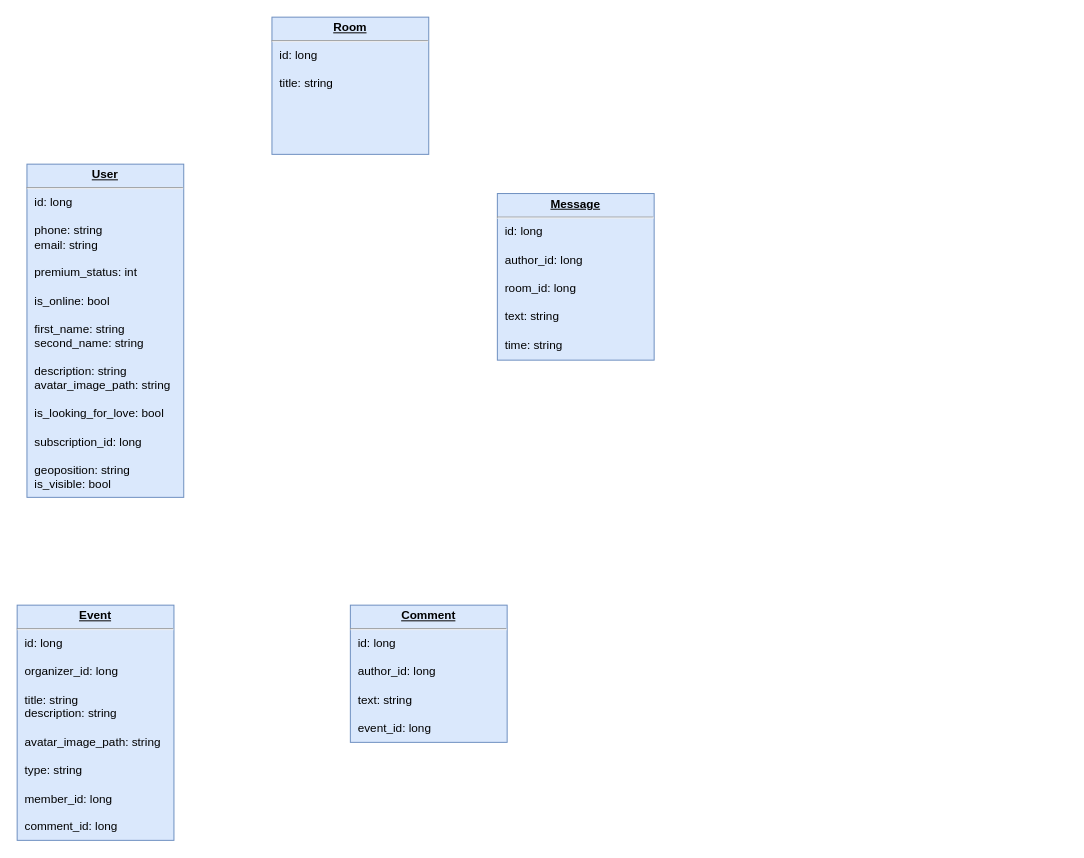
DmitryGalich/offline_project keeps this draw.io diagram as docs/db_scheme.drawio. Above is the earlier version. Source tidied: cells renumbered, new cells numbered last; positions are measured from the earlier drawing's top-left corner, leaving out a move shared by most shapes. Both pictures are drawn from the tidied source at 98%, with x=0, y=0 at pixel (17, 17).
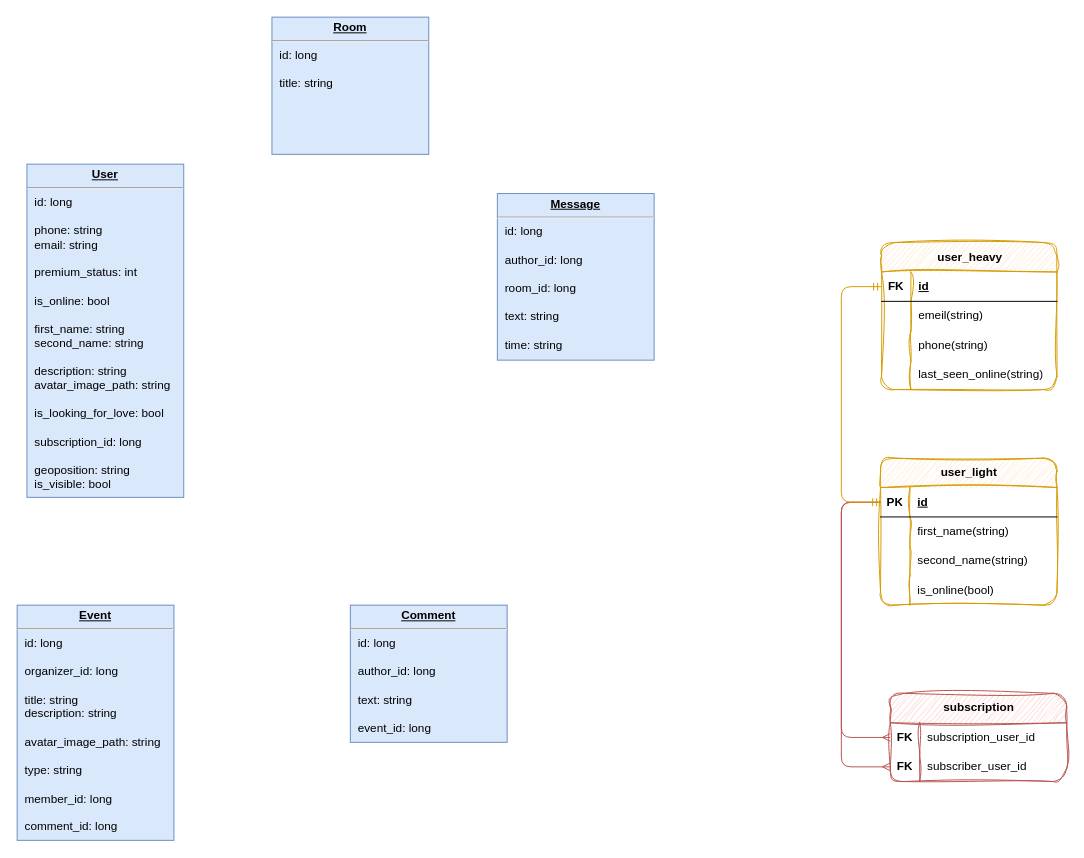
The same diagram, later.

Diff of the diagram source:
```diff
@@
-    <mxCell id="2" value="&lt;p style=&quot;margin: 0px ; margin-top: 4px ; text-align: center ; text-decoration: underline&quot;&gt;&lt;b&gt;User&lt;/b&gt;&lt;/p&gt;&lt;hr&gt;&lt;p style=&quot;margin: 0px ; margin-left: 8px&quot;&gt;id: long&lt;/p&gt;&lt;p style=&quot;margin: 0px ; margin-left: 8px&quot;&gt;&lt;br&gt;&lt;/p&gt;&lt;p style=&quot;margin: 0px ; margin-left: 8px&quot;&gt;phone: string&lt;/p&gt;&lt;p style=&quot;margin: 0px ; margin-left: 8px&quot;&gt;email: string&lt;/p&gt;&lt;p style=&quot;margin: 0px ; margin-left: 8px&quot;&gt;&lt;br&gt;&lt;/p&gt;&lt;p style=&quot;margin: 0px ; margin-left: 8px&quot;&gt;premium_status: int&lt;br&gt;&lt;/p&gt;&lt;p style=&quot;margin: 0px ; margin-left: 8px&quot;&gt;&lt;br&gt;&lt;/p&gt;&lt;p style=&quot;margin: 0px ; margin-left: 8px&quot;&gt;is_online: bool&lt;br&gt;&lt;/p&gt;&lt;p style=&quot;margin: 0px ; margin-left: 8px&quot;&gt;&lt;br&gt;&lt;/p&gt;&lt;p style=&quot;margin: 0px 0px 0px 8px&quot;&gt;first_name: string&lt;/p&gt;&lt;p style=&quot;margin: 0px 0px 0px 8px&quot;&gt;second_name: string&lt;/p&gt;&lt;p style=&quot;margin: 0px ; margin-left: 8px&quot;&gt;&lt;br&gt;&lt;/p&gt;&lt;p style=&quot;margin: 0px ; margin-left: 8px&quot;&gt;description: string&lt;/p&gt;&lt;p style=&quot;margin: 0px ; margin-left: 8px&quot;&gt;&lt;span&gt;avatar_image_path: string&lt;/span&gt;&lt;br&gt;&lt;/p&gt;&lt;p style=&quot;margin: 0px ; margin-left: 8px&quot;&gt;&lt;span&gt;&lt;br&gt;&lt;/span&gt;&lt;/p&gt;&lt;p style=&quot;margin: 0px 0px 0px 8px&quot;&gt;is_looking_for_love: bool&lt;/p&gt;&lt;p style=&quot;margin: 0px 0px 0px 8px&quot;&gt;&lt;br&gt;&lt;/p&gt;&lt;p style=&quot;margin: 0px ; margin-left: 8px&quot;&gt;subscription_id: long&lt;/p&gt;&lt;p style=&quot;margin: 0px ; margin-left: 8px&quot;&gt;&lt;br&gt;&lt;/p&gt;&lt;p style=&quot;margin: 0px ; margin-left: 8px&quot;&gt;geoposition: string&lt;/p&gt;&lt;p style=&quot;margin: 0px ; margin-left: 8px&quot;&gt;is_visible: bool&lt;/p&gt;" style="verticalAlign=top;align=left;overflow=fill;fontSize=12;fontFamily=Helvetica;html=1;fillColor=#dae8fc;strokeColor=#6c8ebf;" parent="1" vertex="1">
+    <mxCell id="2" value="&lt;p style=&quot;margin: 0px ; margin-top: 4px ; text-align: center ; text-decoration: underline&quot;&gt;&lt;b&gt;User&lt;/b&gt;&lt;/p&gt;&lt;hr&gt;&lt;p style=&quot;margin: 0px ; margin-left: 8px&quot;&gt;id: long&lt;/p&gt;&lt;p style=&quot;margin: 0px ; margin-left: 8px&quot;&gt;&lt;br&gt;&lt;/p&gt;&lt;p style=&quot;margin: 0px ; margin-left: 8px&quot;&gt;phone: string&lt;/p&gt;&lt;p style=&quot;margin: 0px ; margin-left: 8px&quot;&gt;email: string&lt;/p&gt;&lt;p style=&quot;margin: 0px ; margin-left: 8px&quot;&gt;&lt;br&gt;&lt;/p&gt;&lt;p style=&quot;margin: 0px ; margin-left: 8px&quot;&gt;premium_status: int&lt;br&gt;&lt;/p&gt;&lt;p style=&quot;margin: 0px ; margin-left: 8px&quot;&gt;&lt;br&gt;&lt;/p&gt;&lt;p style=&quot;margin: 0px ; margin-left: 8px&quot;&gt;is_online: bool&lt;br&gt;&lt;/p&gt;&lt;p style=&quot;margin: 0px ; margin-left: 8px&quot;&gt;&lt;br&gt;&lt;/p&gt;&lt;p style=&quot;margin: 0px 0px 0px 8px&quot;&gt;first_name: string&lt;/p&gt;&lt;p style=&quot;margin: 0px 0px 0px 8px&quot;&gt;second_name: string&lt;/p&gt;&lt;p style=&quot;margin: 0px ; margin-left: 8px&quot;&gt;&lt;br&gt;&lt;/p&gt;&lt;p style=&quot;margin: 0px ; margin-left: 8px&quot;&gt;description: string&lt;/p&gt;&lt;p style=&quot;margin: 0px ; margin-left: 8px&quot;&gt;&lt;span&gt;avatar_image_path: string&lt;/span&gt;&lt;br&gt;&lt;/p&gt;&lt;p style=&quot;margin: 0px ; margin-left: 8px&quot;&gt;&lt;span&gt;&lt;br&gt;&lt;/span&gt;&lt;/p&gt;&lt;p style=&quot;margin: 0px 0px 0px 8px&quot;&gt;is_looking_for_love: bool&lt;/p&gt;&lt;p style=&quot;margin: 0px 0px 0px 8px&quot;&gt;&lt;br&gt;&lt;/p&gt;&lt;p style=&quot;margin: 0px ; margin-left: 8px&quot;&gt;subscription_id: long&lt;/p&gt;&lt;p style=&quot;margin: 0px ; margin-left: 8px&quot;&gt;&lt;br&gt;&lt;/p&gt;&lt;p style=&quot;margin: 0px ; margin-left: 8px&quot;&gt;geoposition: string&lt;/p&gt;&lt;p style=&quot;margin: 0px ; margin-left: 8px&quot;&gt;is_visible: bool&lt;/p&gt;" style="verticalAlign=top;align=left;overflow=fill;fontSize=12;fontFamily=Helvetica;html=1;fillColor=#dae8fc;strokeColor=#6c8ebf;fontColor=#000000;" parent="1" vertex="1">
       <mxGeometry x="10" y="150" width="160" height="340" as="geometry" />
     </mxCell>
-    <mxCell id="3" value="&lt;p style=&quot;margin: 0px ; margin-top: 4px ; text-align: center ; text-decoration: underline&quot;&gt;&lt;b&gt;Event&lt;/b&gt;&lt;/p&gt;&lt;hr&gt;&lt;p style=&quot;margin: 0px ; margin-left: 8px&quot;&gt;id: long&lt;/p&gt;&lt;p style=&quot;margin: 0px ; margin-left: 8px&quot;&gt;&lt;br&gt;&lt;/p&gt;&lt;p style=&quot;margin: 0px ; margin-left: 8px&quot;&gt;organizer_id: long&lt;/p&gt;&lt;p style=&quot;margin: 0px ; margin-left: 8px&quot;&gt;&lt;br&gt;&lt;/p&gt;&lt;p style=&quot;margin: 0px 0px 0px 8px&quot;&gt;title: string&lt;/p&gt;&lt;p style=&quot;margin: 0px ; margin-left: 8px&quot;&gt;description: string&lt;/p&gt;&lt;p style=&quot;margin: 0px ; margin-left: 8px&quot;&gt;&lt;br&gt;&lt;/p&gt;&lt;p style=&quot;margin: 0px ; margin-left: 8px&quot;&gt;&lt;span&gt;avatar_image_path: string&lt;/span&gt;&lt;br&gt;&lt;/p&gt;&lt;p style=&quot;margin: 0px ; margin-left: 8px&quot;&gt;&lt;span&gt;&lt;br&gt;&lt;/span&gt;&lt;/p&gt;&lt;p style=&quot;margin: 0px ; margin-left: 8px&quot;&gt;type: string&lt;/p&gt;&lt;p style=&quot;margin: 0px ; margin-left: 8px&quot;&gt;&lt;br&gt;&lt;/p&gt;&lt;p style=&quot;margin: 0px ; margin-left: 8px&quot;&gt;member_id: long&lt;/p&gt;&lt;p style=&quot;margin: 0px ; margin-left: 8px&quot;&gt;&lt;br&gt;&lt;/p&gt;&lt;p style=&quot;margin: 0px ; margin-left: 8px&quot;&gt;comment_id: long&lt;/p&gt;&lt;p style=&quot;margin: 0px ; margin-left: 8px&quot;&gt;&lt;br&gt;&lt;/p&gt;" style="verticalAlign=top;align=left;overflow=fill;fontSize=12;fontFamily=Helvetica;html=1;fillColor=#dae8fc;strokeColor=#6c8ebf;" parent="1" vertex="1">
+    <mxCell id="3" value="&lt;p style=&quot;margin: 0px ; margin-top: 4px ; text-align: center ; text-decoration: underline&quot;&gt;&lt;b&gt;Event&lt;/b&gt;&lt;/p&gt;&lt;hr&gt;&lt;p style=&quot;margin: 0px ; margin-left: 8px&quot;&gt;id: long&lt;/p&gt;&lt;p style=&quot;margin: 0px ; margin-left: 8px&quot;&gt;&lt;br&gt;&lt;/p&gt;&lt;p style=&quot;margin: 0px ; margin-left: 8px&quot;&gt;organizer_id: long&lt;/p&gt;&lt;p style=&quot;margin: 0px ; margin-left: 8px&quot;&gt;&lt;br&gt;&lt;/p&gt;&lt;p style=&quot;margin: 0px 0px 0px 8px&quot;&gt;title: string&lt;/p&gt;&lt;p style=&quot;margin: 0px ; margin-left: 8px&quot;&gt;description: string&lt;/p&gt;&lt;p style=&quot;margin: 0px ; margin-left: 8px&quot;&gt;&lt;br&gt;&lt;/p&gt;&lt;p style=&quot;margin: 0px ; margin-left: 8px&quot;&gt;&lt;span&gt;avatar_image_path: string&lt;/span&gt;&lt;br&gt;&lt;/p&gt;&lt;p style=&quot;margin: 0px ; margin-left: 8px&quot;&gt;&lt;span&gt;&lt;br&gt;&lt;/span&gt;&lt;/p&gt;&lt;p style=&quot;margin: 0px ; margin-left: 8px&quot;&gt;type: string&lt;/p&gt;&lt;p style=&quot;margin: 0px ; margin-left: 8px&quot;&gt;&lt;br&gt;&lt;/p&gt;&lt;p style=&quot;margin: 0px ; margin-left: 8px&quot;&gt;member_id: long&lt;/p&gt;&lt;p style=&quot;margin: 0px ; margin-left: 8px&quot;&gt;&lt;br&gt;&lt;/p&gt;&lt;p style=&quot;margin: 0px ; margin-left: 8px&quot;&gt;comment_id: long&lt;/p&gt;&lt;p style=&quot;margin: 0px ; margin-left: 8px&quot;&gt;&lt;br&gt;&lt;/p&gt;" style="verticalAlign=top;align=left;overflow=fill;fontSize=12;fontFamily=Helvetica;html=1;fillColor=#dae8fc;strokeColor=#6c8ebf;fontColor=#000000;" parent="1" vertex="1">
       <mxGeometry y="600" width="160" height="240" as="geometry" />
     </mxCell>
-    <mxCell id="4" value="&lt;p style=&quot;margin: 0px ; margin-top: 4px ; text-align: center ; text-decoration: underline&quot;&gt;&lt;b&gt;Comment&lt;/b&gt;&lt;/p&gt;&lt;hr&gt;&lt;p style=&quot;margin: 0px ; margin-left: 8px&quot;&gt;id: long&lt;/p&gt;&lt;p style=&quot;margin: 0px ; margin-left: 8px&quot;&gt;&lt;br&gt;&lt;/p&gt;&lt;p style=&quot;margin: 0px ; margin-left: 8px&quot;&gt;author_id: long&lt;/p&gt;&lt;p style=&quot;margin: 0px ; margin-left: 8px&quot;&gt;&lt;br&gt;&lt;/p&gt;&lt;p style=&quot;margin: 0px 0px 0px 8px&quot;&gt;text: string&lt;/p&gt;&lt;p style=&quot;margin: 0px 0px 0px 8px&quot;&gt;&lt;br&gt;&lt;/p&gt;&lt;p style=&quot;margin: 0px ; margin-left: 8px&quot;&gt;event_id: long&lt;/p&gt;" style="verticalAlign=top;align=left;overflow=fill;fontSize=12;fontFamily=Helvetica;html=1;fillColor=#dae8fc;strokeColor=#6c8ebf;" parent="1" vertex="1">
+    <mxCell id="4" value="&lt;p style=&quot;margin: 0px ; margin-top: 4px ; text-align: center ; text-decoration: underline&quot;&gt;&lt;b&gt;Comment&lt;/b&gt;&lt;/p&gt;&lt;hr&gt;&lt;p style=&quot;margin: 0px ; margin-left: 8px&quot;&gt;id: long&lt;/p&gt;&lt;p style=&quot;margin: 0px ; margin-left: 8px&quot;&gt;&lt;br&gt;&lt;/p&gt;&lt;p style=&quot;margin: 0px ; margin-left: 8px&quot;&gt;author_id: long&lt;/p&gt;&lt;p style=&quot;margin: 0px ; margin-left: 8px&quot;&gt;&lt;br&gt;&lt;/p&gt;&lt;p style=&quot;margin: 0px 0px 0px 8px&quot;&gt;text: string&lt;/p&gt;&lt;p style=&quot;margin: 0px 0px 0px 8px&quot;&gt;&lt;br&gt;&lt;/p&gt;&lt;p style=&quot;margin: 0px ; margin-left: 8px&quot;&gt;event_id: long&lt;/p&gt;" style="verticalAlign=top;align=left;overflow=fill;fontSize=12;fontFamily=Helvetica;html=1;fillColor=#dae8fc;strokeColor=#6c8ebf;fontColor=#000000;" parent="1" vertex="1">
       <mxGeometry x="340" y="600" width="160" height="140" as="geometry" />
     </mxCell>
-    <mxCell id="5" value="&lt;p style=&quot;margin: 0px ; margin-top: 4px ; text-align: center ; text-decoration: underline&quot;&gt;&lt;b&gt;Message&lt;/b&gt;&lt;/p&gt;&lt;hr&gt;&lt;p style=&quot;margin: 0px ; margin-left: 8px&quot;&gt;id: long&lt;/p&gt;&lt;p style=&quot;margin: 0px ; margin-left: 8px&quot;&gt;&lt;br&gt;&lt;/p&gt;&lt;p style=&quot;margin: 0px ; margin-left: 8px&quot;&gt;author_id: long&lt;/p&gt;&lt;p style=&quot;margin: 0px ; margin-left: 8px&quot;&gt;&lt;br&gt;&lt;/p&gt;&lt;p style=&quot;margin: 0px ; margin-left: 8px&quot;&gt;room_id: long&lt;/p&gt;&lt;p style=&quot;margin: 0px ; margin-left: 8px&quot;&gt;&lt;br&gt;&lt;/p&gt;&lt;p style=&quot;margin: 0px 0px 0px 8px&quot;&gt;text: string&lt;/p&gt;&lt;p style=&quot;margin: 0px 0px 0px 8px&quot;&gt;&lt;br&gt;&lt;/p&gt;&lt;p style=&quot;margin: 0px 0px 0px 8px&quot;&gt;time: string&lt;/p&gt;&lt;p style=&quot;margin: 0px 0px 0px 8px&quot;&gt;&lt;br&gt;&lt;/p&gt;" style="verticalAlign=top;align=left;overflow=fill;fontSize=12;fontFamily=Helvetica;html=1;fillColor=#dae8fc;strokeColor=#6c8ebf;" parent="1" vertex="1">
+    <mxCell id="5" value="&lt;p style=&quot;margin: 0px ; margin-top: 4px ; text-align: center ; text-decoration: underline&quot;&gt;&lt;b&gt;Message&lt;/b&gt;&lt;/p&gt;&lt;hr&gt;&lt;p style=&quot;margin: 0px ; margin-left: 8px&quot;&gt;id: long&lt;/p&gt;&lt;p style=&quot;margin: 0px ; margin-left: 8px&quot;&gt;&lt;br&gt;&lt;/p&gt;&lt;p style=&quot;margin: 0px ; margin-left: 8px&quot;&gt;author_id: long&lt;/p&gt;&lt;p style=&quot;margin: 0px ; margin-left: 8px&quot;&gt;&lt;br&gt;&lt;/p&gt;&lt;p style=&quot;margin: 0px ; margin-left: 8px&quot;&gt;room_id: long&lt;/p&gt;&lt;p style=&quot;margin: 0px ; margin-left: 8px&quot;&gt;&lt;br&gt;&lt;/p&gt;&lt;p style=&quot;margin: 0px 0px 0px 8px&quot;&gt;text: string&lt;/p&gt;&lt;p style=&quot;margin: 0px 0px 0px 8px&quot;&gt;&lt;br&gt;&lt;/p&gt;&lt;p style=&quot;margin: 0px 0px 0px 8px&quot;&gt;time: string&lt;/p&gt;&lt;p style=&quot;margin: 0px 0px 0px 8px&quot;&gt;&lt;br&gt;&lt;/p&gt;" style="verticalAlign=top;align=left;overflow=fill;fontSize=12;fontFamily=Helvetica;html=1;fillColor=#dae8fc;strokeColor=#6c8ebf;fontColor=#000000;" parent="1" vertex="1">
       <mxGeometry x="490" y="180" width="160" height="170" as="geometry" />
     </mxCell>
-    <mxCell id="6" value="&lt;p style=&quot;margin: 0px ; margin-top: 4px ; text-align: center ; text-decoration: underline&quot;&gt;&lt;b&gt;Room&lt;/b&gt;&lt;/p&gt;&lt;hr&gt;&lt;p style=&quot;margin: 0px ; margin-left: 8px&quot;&gt;id: long&lt;/p&gt;&lt;p style=&quot;margin: 0px ; margin-left: 8px&quot;&gt;&lt;br&gt;&lt;/p&gt;&lt;p style=&quot;margin: 0px ; margin-left: 8px&quot;&gt;title: string&lt;/p&gt;&lt;p style=&quot;margin: 0px ; margin-left: 8px&quot;&gt;&lt;br&gt;&lt;/p&gt;&lt;p style=&quot;margin: 0px ; margin-left: 8px&quot;&gt;&lt;br&gt;&lt;/p&gt;" style="verticalAlign=top;align=left;overflow=fill;fontSize=12;fontFamily=Helvetica;html=1;fillColor=#dae8fc;strokeColor=#6c8ebf;" parent="1" vertex="1">
+    <mxCell id="6" value="&lt;p style=&quot;margin: 0px ; margin-top: 4px ; text-align: center ; text-decoration: underline&quot;&gt;&lt;b&gt;Room&lt;/b&gt;&lt;/p&gt;&lt;hr&gt;&lt;p style=&quot;margin: 0px ; margin-left: 8px&quot;&gt;id: long&lt;/p&gt;&lt;p style=&quot;margin: 0px ; margin-left: 8px&quot;&gt;&lt;br&gt;&lt;/p&gt;&lt;p style=&quot;margin: 0px ; margin-left: 8px&quot;&gt;title: string&lt;/p&gt;&lt;p style=&quot;margin: 0px ; margin-left: 8px&quot;&gt;&lt;br&gt;&lt;/p&gt;&lt;p style=&quot;margin: 0px ; margin-left: 8px&quot;&gt;&lt;br&gt;&lt;/p&gt;" style="verticalAlign=top;align=left;overflow=fill;fontSize=12;fontFamily=Helvetica;html=1;fillColor=#dae8fc;strokeColor=#6c8ebf;fontColor=#000000;" parent="1" vertex="1">
       <mxGeometry x="260" width="160" height="140" as="geometry" />
     </mxCell>
+    <mxCell id="7" value="user_light" style="shape=table;startSize=30;childLayout=tableLayout;rowLines=0;fontStyle=1;align=center;html=1;fillColor=#ffe6cc;shadow=0;sketch=1;curveFitting=1;jiggle=2;rounded=1;strokeColor=#d79b00;" parent="1" vertex="1">
+      <mxGeometry x="881" y="450" width="180" height="150" as="geometry" />
+    </mxCell>
+    <mxCell id="8" style="shape=tableRow;horizontal=0;startSize=0;swimlaneHead=0;swimlaneBody=0;fillColor=none;points=[[0,0.5],[1,0.5]];portConstraint=eastwest;top=0;left=0;right=0;bottom=1;" parent="7" vertex="1">
+      <mxGeometry y="30" width="180" height="30" as="geometry" />
+    </mxCell>
+    <mxCell id="9" value="PK" style="shape=partialRectangle;fillColor=none;top=0;left=0;bottom=0;right=0;fontStyle=1;overflow=hidden;whiteSpace=wrap;html=1;" parent="8" vertex="1">
+      <mxGeometry width="30" height="30" as="geometry" />
+    </mxCell>
+    <mxCell id="10" value="id" style="shape=partialRectangle;fillColor=none;top=0;left=0;bottom=0;right=0;align=left;spacingLeft=6;fontStyle=5;overflow=hidden;whiteSpace=wrap;html=1;" parent="8" vertex="1">
+      <mxGeometry x="30" width="150" height="30" as="geometry" />
+    </mxCell>
+    <mxCell id="11" style="shape=tableRow;horizontal=0;startSize=0;swimlaneHead=0;swimlaneBody=0;fillColor=none;top=0;left=0;right=0;bottom=0;" parent="7" vertex="1">
+      <mxGeometry y="60" width="180" height="30" as="geometry" />
+    </mxCell>
+    <mxCell id="12" style="shape=partialRectangle;fillColor=none;top=0;left=0;bottom=0;right=0;overflow=hidden;whiteSpace=wrap;html=1;" parent="11" vertex="1">
+      <mxGeometry width="30" height="30" as="geometry" />
+    </mxCell>
+    <mxCell id="13" value="first_name(string)" style="shape=partialRectangle;fillColor=none;top=0;left=0;bottom=0;right=0;align=left;spacingLeft=6;overflow=hidden;whiteSpace=wrap;html=1;" parent="11" vertex="1">
+      <mxGeometry x="30" width="150" height="30" as="geometry" />
+    </mxCell>
+    <mxCell id="14" style="shape=tableRow;horizontal=0;startSize=0;swimlaneHead=0;swimlaneBody=0;fillColor=none;top=0;left=0;right=0;bottom=0;" parent="7" vertex="1">
+      <mxGeometry y="90" width="180" height="30" as="geometry" />
+    </mxCell>
+    <mxCell id="15" style="shape=partialRectangle;fillColor=none;top=0;left=0;bottom=0;right=0;overflow=hidden;whiteSpace=wrap;html=1;" parent="14" vertex="1">
+      <mxGeometry width="30" height="30" as="geometry" />
+    </mxCell>
+    <mxCell id="16" value="second_name(string)" style="shape=partialRectangle;fillColor=none;top=0;left=0;bottom=0;right=0;align=left;spacingLeft=6;overflow=hidden;whiteSpace=wrap;html=1;" parent="14" vertex="1">
+      <mxGeometry x="30" width="150" height="30" as="geometry" />
+    </mxCell>
+    <mxCell id="17" style="shape=tableRow;horizontal=0;startSize=0;swimlaneHead=0;swimlaneBody=0;fillColor=none;top=0;left=0;right=0;bottom=0;" parent="7" vertex="1">
+      <mxGeometry y="120" width="180" height="30" as="geometry" />
+    </mxCell>
+    <mxCell id="18" style="shape=partialRectangle;fillColor=none;top=0;left=0;bottom=0;right=0;overflow=hidden;whiteSpace=wrap;html=1;" parent="17" vertex="1">
+      <mxGeometry width="30" height="30" as="geometry" />
+    </mxCell>
+    <mxCell id="19" value="is_online(bool)" style="shape=partialRectangle;fillColor=none;top=0;left=0;bottom=0;right=0;align=left;spacingLeft=6;overflow=hidden;whiteSpace=wrap;html=1;" parent="17" vertex="1">
+      <mxGeometry x="30" width="150" height="30" as="geometry" />
+    </mxCell>
+    <mxCell id="20" value="user_heavy" style="shape=table;startSize=30;childLayout=tableLayout;rowLines=0;fontStyle=1;align=center;html=1;fillColor=#ffe6cc;shadow=0;sketch=1;curveFitting=1;jiggle=2;rounded=1;strokeColor=#d79b00;" parent="1" vertex="1">
+      <mxGeometry x="882" y="230" width="179" height="150" as="geometry" />
+    </mxCell>
+    <mxCell id="21" style="shape=tableRow;horizontal=0;startSize=0;swimlaneHead=0;swimlaneBody=0;fillColor=none;points=[[0,0.5],[1,0.5]];portConstraint=eastwest;top=0;left=0;right=0;bottom=1;" parent="20" vertex="1">
+      <mxGeometry y="30" width="179" height="30" as="geometry" />
+    </mxCell>
+    <mxCell id="22" value="FK" style="shape=partialRectangle;fillColor=none;top=0;left=0;bottom=0;right=0;fontStyle=1;overflow=hidden;whiteSpace=wrap;html=1;" parent="21" vertex="1">
+      <mxGeometry width="30" height="30" as="geometry" />
+    </mxCell>
+    <mxCell id="23" value="id" style="shape=partialRectangle;fillColor=none;top=0;left=0;bottom=0;right=0;align=left;spacingLeft=6;fontStyle=5;overflow=hidden;whiteSpace=wrap;html=1;" parent="21" vertex="1">
+      <mxGeometry x="30" width="149" height="30" as="geometry" />
+    </mxCell>
+    <mxCell id="24" style="shape=tableRow;horizontal=0;startSize=0;swimlaneHead=0;swimlaneBody=0;fillColor=none;top=0;left=0;right=0;bottom=0;" parent="20" vertex="1">
+      <mxGeometry y="60" width="179" height="30" as="geometry" />
+    </mxCell>
+    <mxCell id="25" style="shape=partialRectangle;fillColor=none;top=0;left=0;bottom=0;right=0;overflow=hidden;whiteSpace=wrap;html=1;" parent="24" vertex="1">
+      <mxGeometry width="30" height="30" as="geometry" />
+    </mxCell>
+    <mxCell id="26" value="emeil(string)" style="shape=partialRectangle;fillColor=none;top=0;left=0;bottom=0;right=0;align=left;spacingLeft=6;overflow=hidden;whiteSpace=wrap;html=1;" parent="24" vertex="1">
+      <mxGeometry x="30" width="149" height="30" as="geometry" />
+    </mxCell>
+    <mxCell id="27" style="shape=tableRow;horizontal=0;startSize=0;swimlaneHead=0;swimlaneBody=0;fillColor=none;top=0;left=0;right=0;bottom=0;" parent="20" vertex="1">
+      <mxGeometry y="90" width="179" height="30" as="geometry" />
+    </mxCell>
+    <mxCell id="28" style="shape=partialRectangle;fillColor=none;top=0;left=0;bottom=0;right=0;overflow=hidden;whiteSpace=wrap;html=1;" parent="27" vertex="1">
+      <mxGeometry width="30" height="30" as="geometry" />
+    </mxCell>
+    <mxCell id="29" value="phone(string)" style="shape=partialRectangle;fillColor=none;top=0;left=0;bottom=0;right=0;align=left;spacingLeft=6;overflow=hidden;whiteSpace=wrap;html=1;" parent="27" vertex="1">
+      <mxGeometry x="30" width="149" height="30" as="geometry" />
+    </mxCell>
+    <mxCell id="30" style="shape=tableRow;horizontal=0;startSize=0;swimlaneHead=0;swimlaneBody=0;fillColor=none;top=0;left=0;right=0;bottom=0;" parent="20" vertex="1">
+      <mxGeometry y="120" width="179" height="30" as="geometry" />
+    </mxCell>
+    <mxCell id="31" style="shape=partialRectangle;fillColor=none;top=0;left=0;bottom=0;right=0;overflow=hidden;whiteSpace=wrap;html=1;" parent="30" vertex="1">
+      <mxGeometry width="30" height="30" as="geometry" />
+    </mxCell>
+    <mxCell id="32" value="last_seen_online(string)" style="shape=partialRectangle;fillColor=none;top=0;left=0;bottom=0;right=0;align=left;spacingLeft=6;overflow=hidden;whiteSpace=wrap;html=1;" parent="30" vertex="1">
+      <mxGeometry x="30" width="149" height="30" as="geometry" />
+    </mxCell>
+    <mxCell id="33" value="subscription" style="shape=table;startSize=30;childLayout=tableLayout;rowLines=0;fontStyle=1;align=center;html=1;fillColor=#f8cecc;shadow=0;sketch=1;curveFitting=1;jiggle=2;rounded=1;strokeColor=#b85450;" parent="1" vertex="1">
+      <mxGeometry x="891" y="690" width="180" height="90" as="geometry" />
+    </mxCell>
+    <mxCell id="34" style="shape=tableRow;horizontal=0;startSize=0;swimlaneHead=0;swimlaneBody=0;fillColor=none;points=[[0,0.5],[1,0.5]];portConstraint=eastwest;top=0;left=0;right=0;bottom=0;" parent="33" vertex="1">
+      <mxGeometry y="30" width="180" height="30" as="geometry" />
+    </mxCell>
+    <mxCell id="35" value="&lt;b&gt;FK&lt;/b&gt;" style="shape=partialRectangle;fillColor=none;top=0;left=0;bottom=0;right=0;overflow=hidden;whiteSpace=wrap;html=1;" parent="34" vertex="1">
+      <mxGeometry width="30" height="30" as="geometry" />
+    </mxCell>
+    <mxCell id="36" value="subscription_user_id" style="shape=partialRectangle;fillColor=none;top=0;left=0;bottom=0;right=0;align=left;spacingLeft=6;overflow=hidden;whiteSpace=wrap;html=1;" parent="34" vertex="1">
+      <mxGeometry x="30" width="150" height="30" as="geometry" />
+    </mxCell>
+    <mxCell id="37" style="shape=tableRow;horizontal=0;startSize=0;swimlaneHead=0;swimlaneBody=0;fillColor=none;points=[[0,0.5],[1,0.5]];portConstraint=eastwest;top=0;left=0;right=0;bottom=0;" parent="33" vertex="1">
+      <mxGeometry y="60" width="180" height="30" as="geometry" />
+    </mxCell>
+    <mxCell id="38" value="&lt;b&gt;FK&lt;/b&gt;" style="shape=partialRectangle;fillColor=none;top=0;left=0;bottom=0;right=0;overflow=hidden;whiteSpace=wrap;html=1;" parent="37" vertex="1">
+      <mxGeometry width="30" height="30" as="geometry" />
+    </mxCell>
+    <mxCell id="39" value="subscriber_user_id" style="shape=partialRectangle;fillColor=none;top=0;left=0;bottom=0;right=0;align=left;spacingLeft=6;overflow=hidden;whiteSpace=wrap;html=1;" parent="37" vertex="1">
+      <mxGeometry x="30" width="150" height="30" as="geometry" />
+    </mxCell>
+    <mxCell id="40" style="edgeStyle=orthogonalEdgeStyle;jettySize=auto;html=1;startArrow=none;startFill=0;endArrow=ERmany;endFill=0;rounded=1;fillColor=#f8cecc;strokeColor=#b85450;" parent="1" edge="1" source="8" target="34">
+      <mxGeometry relative="1" as="geometry">
+        <Array as="points">
+          <mxPoint x="841" y="495" />
+          <mxPoint x="841" y="735" />
+        </Array>
+      </mxGeometry>
+    </mxCell>
+    <mxCell id="41" style="edgeStyle=orthogonalEdgeStyle;rounded=1;jettySize=auto;html=1;exitX=0;exitY=0.5;exitDx=0;exitDy=0;endArrow=ERmany;endFill=0;fillColor=#f8cecc;strokeColor=#b85450;" parent="1" edge="1" source="8" target="37">
+      <mxGeometry relative="1" as="geometry">
+        <Array as="points">
+          <mxPoint x="841" y="495" />
+          <mxPoint x="841" y="765" />
+        </Array>
+      </mxGeometry>
+    </mxCell>
+    <mxCell id="42" style="edgeStyle=orthogonalEdgeStyle;rounded=1;jettySize=auto;html=1;exitX=0;exitY=0.5;exitDx=0;exitDy=0;entryX=0;entryY=0.5;entryDx=0;entryDy=0;startArrow=ERmandOne;startFill=0;endArrow=ERmandOne;endFill=0;fillColor=#ffe6cc;strokeColor=#d79b00;" parent="1" edge="1" source="8" target="21">
+      <mxGeometry relative="1" as="geometry">
+        <Array as="points">
+          <mxPoint x="841" y="495" />
+          <mxPoint x="841" y="275" />
+        </Array>
+      </mxGeometry>
+    </mxCell>
```
